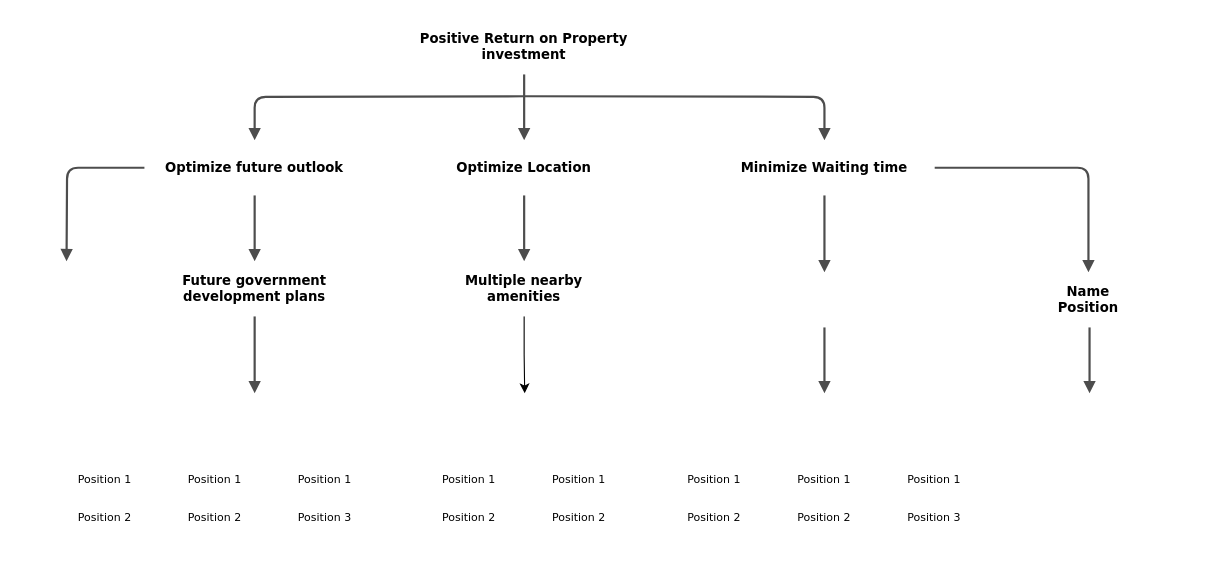
necroboi/RISK-AND-DECISION-HDB keeps this draw.io diagram as Untitled Diagram.drawio. Above is the earlier version. Source tidied: cells renumbered, new cells numbered last; positions are measured from the earlier drawing's top-left corner, leaving out a move shared by most shapes. Both pictures are drawn from the tidied source at 110%, with x=0, y=0 at pixel (28, 19).
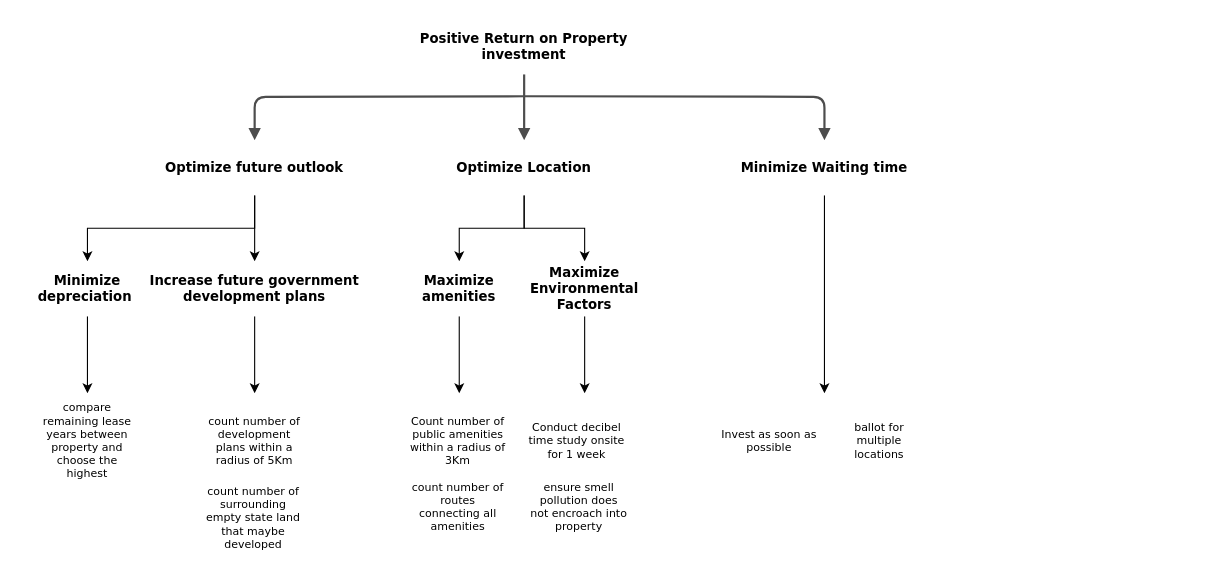
After the change.

The change refers to these unchanged cells:
```xml
<mxCell id="34" value="Optimize Location" style="whiteSpace=wrap;html=1;rounded=0;shadow=0;comic=0;strokeWidth=2;fontFamily=Verdana;align=center;fontSize=12;fontStyle=1;strokeColor=none;" parent="1" vertex="1">
  <mxGeometry x="351" y="110" width="200" height="50" as="geometry" />
</mxCell>
<mxCell id="36" value="Minimize Waiting time" style="whiteSpace=wrap;html=1;rounded=0;shadow=0;comic=0;strokeWidth=2;fontFamily=Verdana;align=center;fontSize=12;fontStyle=1;strokeColor=none;" parent="1" vertex="1">
  <mxGeometry x="624" y="110" width="200" height="50" as="geometry" />
</mxCell>
```

Diff of the diagram source:
```diff
@@
-    <mxCell id="2" style="whiteSpace=wrap;html=1;rounded=0;shadow=0;comic=0;strokeWidth=2;fontFamily=Verdana;align=center;fontSize=10;strokeColor=none;" parent="1" vertex="1">
-      <mxGeometry y="340" width="340" height="130" as="geometry" />
-    </mxCell>
     <mxCell id="3" style="whiteSpace=wrap;html=1;rounded=0;shadow=0;comic=0;strokeWidth=2;fontFamily=Verdana;align=center;fontSize=10;strokeColor=none;" parent="1" vertex="1">
-      <mxGeometry x="340" y="340" width="223" height="130" as="geometry" />
+      <mxGeometry x="330" y="340" width="124" height="130" as="geometry" />
     </mxCell>
-    <mxCell id="4" style="whiteSpace=wrap;html=1;rounded=0;shadow=0;comic=0;strokeWidth=2;fontFamily=Verdana;align=center;fontSize=10;strokeColor=none;" parent="1" vertex="1">
-      <mxGeometry x="574" y="340" width="300" height="130" as="geometry" />
-    </mxCell>
@@
+    <mxCell id="22" value="Count number of public amenities within a radius of 3Km" style="text;html=1;strokeColor=none;fillColor=none;align=center;verticalAlign=middle;whiteSpace=wrap;rounded=1;shadow=0;comic=0;fontFamily=Verdana;fontSize=10;" parent="1" vertex="1">
+      <mxGeometry x="346" y="370" width="90" height="25" as="geometry" />
+    </mxCell>
+    <mxCell id="24" value="count number of routes connecting all amenities" style="text;html=1;strokeColor=none;fillColor=none;align=center;verticalAlign=middle;whiteSpace=wrap;rounded=1;shadow=0;comic=0;fontFamily=Verdana;fontSize=10;" parent="1" vertex="1">
+      <mxGeometry x="346" y="430" width="90" height="25" as="geometry" />
+    </mxCell>
-    <mxCell id="8" style="edgeStyle=elbowEdgeStyle;rounded=1;html=1;labelBackgroundColor=none;endArrow=block;endFill=1;strokeColor=#4D4D4D;strokeWidth=2;fontFamily=Verdana;fontSize=12;fontStyle=1;" parent="1" edge="1" source="32" target="33">
+    <mxCell id="8" style="edgeStyle=orthogonalEdgeStyle;rounded=0;jettySize=auto;html=1;exitX=0.5;exitY=1;exitDx=0;exitDy=0;entryX=0.5;entryY=0;entryDx=0;entryDy=0;" parent="1" edge="1" source="32" target="33">
       <mxGeometry relative="1" as="geometry" />
     </mxCell>
-    <mxCell id="9" style="edgeStyle=orthogonalEdgeStyle;rounded=1;html=1;labelBackgroundColor=none;endArrow=block;endFill=1;strokeColor=#4D4D4D;strokeWidth=2;fontFamily=Verdana;fontSize=12;fontStyle=1;" parent="1" edge="1" source="32">
-      <mxGeometry relative="1" as="geometry">
-        <mxPoint x="35" y="220" as="targetPoint" />
-      </mxGeometry>
-    </mxCell>
-    <mxCell id="10" style="edgeStyle=orthogonalEdgeStyle;rounded=1;html=1;labelBackgroundColor=none;endArrow=block;endFill=1;strokeColor=#4D4D4D;strokeWidth=2;fontFamily=Verdana;fontSize=12;fontStyle=1;" parent="1" edge="1" source="36" target="38">
-      <mxGeometry relative="1" as="geometry" />
-    </mxCell>
-    <mxCell id="11" style="edgeStyle=orthogonalEdgeStyle;rounded=1;html=1;labelBackgroundColor=none;endArrow=block;endFill=1;strokeColor=#4D4D4D;strokeWidth=2;fontFamily=Verdana;fontSize=12;fontStyle=1;" parent="1" edge="1" source="36" target="37">
-      <mxGeometry relative="1" as="geometry" />
-    </mxCell>
-    <mxCell id="12" style="edgeStyle=elbowEdgeStyle;rounded=1;html=1;labelBackgroundColor=none;endArrow=block;endFill=1;strokeColor=#4D4D4D;strokeWidth=2;fontFamily=Verdana;fontSize=10;" parent="1" edge="1" source="38">
-      <mxGeometry relative="1" as="geometry">
-        <mxPoint x="964.9" y="340" as="targetPoint" />
-      </mxGeometry>
-    </mxCell>
-    <mxCell id="13" style="edgeStyle=orthogonalEdgeStyle;rounded=1;html=1;labelBackgroundColor=none;endArrow=block;endFill=1;strokeColor=#4D4D4D;strokeWidth=2;fontFamily=Verdana;fontSize=10;" parent="1" edge="1" source="37" target="4">
-      <mxGeometry relative="1" as="geometry" />
-    </mxCell>
+    <mxCell id="41" style="edgeStyle=orthogonalEdgeStyle;rounded=0;jettySize=auto;html=1;exitX=0.5;exitY=1;exitDx=0;exitDy=0;" parent="1" edge="1" source="32" target="53">
+      <mxGeometry relative="1" as="geometry" />
+    </mxCell>
+    <mxCell id="32" value="Optimize future outlook" style="whiteSpace=wrap;html=1;rounded=0;shadow=0;comic=0;strokeWidth=2;fontFamily=Verdana;align=center;fontSize=12;fontStyle=1;strokeColor=none;" parent="1" vertex="1">
+      <mxGeometry x="106" y="110" width="200" height="50" as="geometry" />
+    </mxCell>
+    <mxCell id="42" style="edgeStyle=orthogonalEdgeStyle;rounded=0;jettySize=auto;html=1;exitX=0.5;exitY=1;exitDx=0;exitDy=0;entryX=0.5;entryY=0;entryDx=0;entryDy=0;" parent="1" edge="1" source="33" target="56">
+      <mxGeometry relative="1" as="geometry" />
+    </mxCell>
+    <mxCell id="33" value="Increase future government development plans" style="whiteSpace=wrap;html=1;rounded=0;shadow=0;comic=0;strokeWidth=2;fontFamily=Verdana;align=center;fontSize=12;fontStyle=1;strokeColor=none;" parent="1" vertex="1">
+      <mxGeometry x="106" y="220" width="200" height="50" as="geometry" />
+    </mxCell>
+    <mxCell id="43" style="edgeStyle=orthogonalEdgeStyle;rounded=0;jettySize=auto;html=1;exitX=0.5;exitY=1;exitDx=0;exitDy=0;entryX=0.5;entryY=0;entryDx=0;entryDy=0;" parent="1" edge="1" source="34" target="46">
+      <mxGeometry relative="1" as="geometry" />
+    </mxCell>
-    <mxCell id="14" style="edgeStyle=elbowEdgeStyle;rounded=1;html=1;labelBackgroundColor=none;endArrow=block;endFill=1;strokeColor=#4D4D4D;strokeWidth=2;fontFamily=Verdana;fontSize=10;entryX=0.5;entryY=0;entryDx=0;entryDy=0;" parent="1" edge="1" source="34" target="40">
+    <mxCell id="14" style="edgeStyle=orthogonalEdgeStyle;rounded=0;jettySize=auto;html=1;exitX=0.5;exitY=1;exitDx=0;exitDy=0;entryX=0.5;entryY=0;entryDx=0;entryDy=0;" parent="1" edge="1" source="34" target="40">
       <mxGeometry relative="1" as="geometry" />
     </mxCell>
-    <mxCell id="15" style="edgeStyle=elbowEdgeStyle;rounded=1;html=1;labelBackgroundColor=none;endArrow=block;endFill=1;strokeColor=#4D4D4D;strokeWidth=2;fontFamily=Verdana;fontSize=10;" parent="1" edge="1" source="33" target="2">
-      <mxGeometry relative="1" as="geometry" />
-    </mxCell>
-    <mxCell id="16" value="Position 1" style="text;html=1;strokeColor=none;fillColor=none;align=center;verticalAlign=middle;whiteSpace=wrap;rounded=1;shadow=0;comic=0;fontFamily=Verdana;fontSize=10;" parent="1" vertex="1">
-      <mxGeometry x="25" y="405" width="90" height="25" as="geometry" />
-    </mxCell>
-    <mxCell id="17" value="Position 1" style="text;html=1;strokeColor=none;fillColor=none;align=center;verticalAlign=middle;whiteSpace=wrap;rounded=1;shadow=0;comic=0;fontFamily=Verdana;fontSize=10;" parent="1" vertex="1">
-      <mxGeometry x="125" y="405" width="90" height="25" as="geometry" />
-    </mxCell>
-    <mxCell id="18" value="Position 1" style="text;html=1;strokeColor=none;fillColor=none;align=center;verticalAlign=middle;whiteSpace=wrap;rounded=1;shadow=0;comic=0;fontFamily=Verdana;fontSize=10;" parent="1" vertex="1">
-      <mxGeometry x="225" y="405" width="90" height="25" as="geometry" />
-    </mxCell>
-    <mxCell id="19" value="Position 2" style="text;html=1;strokeColor=none;fillColor=none;align=center;verticalAlign=middle;whiteSpace=wrap;rounded=1;shadow=0;comic=0;fontFamily=Verdana;fontSize=10;" parent="1" vertex="1">
-      <mxGeometry x="25" y="440" width="90" height="25" as="geometry" />
-    </mxCell>
-    <mxCell id="20" value="Position 2" style="text;html=1;strokeColor=none;fillColor=none;align=center;verticalAlign=middle;whiteSpace=wrap;rounded=1;shadow=0;comic=0;fontFamily=Verdana;fontSize=10;" parent="1" vertex="1">
-      <mxGeometry x="125" y="440" width="90" height="25" as="geometry" />
-    </mxCell>
-    <mxCell id="21" value="Position 3" style="text;html=1;strokeColor=none;fillColor=none;align=center;verticalAlign=middle;whiteSpace=wrap;rounded=1;shadow=0;comic=0;fontFamily=Verdana;fontSize=10;" parent="1" vertex="1">
-      <mxGeometry x="225" y="440" width="90" height="25" as="geometry" />
-    </mxCell>
-    <mxCell id="22" value="Position 1" style="text;html=1;strokeColor=none;fillColor=none;align=center;verticalAlign=middle;whiteSpace=wrap;rounded=1;shadow=0;comic=0;fontFamily=Verdana;fontSize=10;" parent="1" vertex="1">
-      <mxGeometry x="356" y="405" width="90" height="25" as="geometry" />
-    </mxCell>
-    <mxCell id="23" value="Position 1" style="text;html=1;strokeColor=none;fillColor=none;align=center;verticalAlign=middle;whiteSpace=wrap;rounded=1;shadow=0;comic=0;fontFamily=Verdana;fontSize=10;" parent="1" vertex="1">
-      <mxGeometry x="456" y="405" width="90" height="25" as="geometry" />
-    </mxCell>
-    <mxCell id="24" value="Position 2" style="text;html=1;strokeColor=none;fillColor=none;align=center;verticalAlign=middle;whiteSpace=wrap;rounded=1;shadow=0;comic=0;fontFamily=Verdana;fontSize=10;" parent="1" vertex="1">
-      <mxGeometry x="356" y="440" width="90" height="25" as="geometry" />
-    </mxCell>
-    <mxCell id="25" value="Position 2" style="text;html=1;strokeColor=none;fillColor=none;align=center;verticalAlign=middle;whiteSpace=wrap;rounded=1;shadow=0;comic=0;fontFamily=Verdana;fontSize=10;" parent="1" vertex="1">
-      <mxGeometry x="456" y="440" width="90" height="25" as="geometry" />
-    </mxCell>
-    <mxCell id="26" value="Position 1" style="text;html=1;strokeColor=none;fillColor=none;align=center;verticalAlign=middle;whiteSpace=wrap;rounded=1;shadow=0;comic=0;fontFamily=Verdana;fontSize=10;" parent="1" vertex="1">
-      <mxGeometry x="579" y="405" width="90" height="25" as="geometry" />
-    </mxCell>
-    <mxCell id="27" value="Position 1" style="text;html=1;strokeColor=none;fillColor=none;align=center;verticalAlign=middle;whiteSpace=wrap;rounded=1;shadow=0;comic=0;fontFamily=Verdana;fontSize=10;" parent="1" vertex="1">
-      <mxGeometry x="679" y="405" width="90" height="25" as="geometry" />
-    </mxCell>
-    <mxCell id="28" value="Position 1" style="text;html=1;strokeColor=none;fillColor=none;align=center;verticalAlign=middle;whiteSpace=wrap;rounded=1;shadow=0;comic=0;fontFamily=Verdana;fontSize=10;" parent="1" vertex="1">
-      <mxGeometry x="779" y="405" width="90" height="25" as="geometry" />
-    </mxCell>
-    <mxCell id="29" value="Position 2" style="text;html=1;strokeColor=none;fillColor=none;align=center;verticalAlign=middle;whiteSpace=wrap;rounded=1;shadow=0;comic=0;fontFamily=Verdana;fontSize=10;" parent="1" vertex="1">
-      <mxGeometry x="579" y="440" width="90" height="25" as="geometry" />
-    </mxCell>
-    <mxCell id="30" value="Position 2" style="text;html=1;strokeColor=none;fillColor=none;align=center;verticalAlign=middle;whiteSpace=wrap;rounded=1;shadow=0;comic=0;fontFamily=Verdana;fontSize=10;" parent="1" vertex="1">
-      <mxGeometry x="679" y="440" width="90" height="25" as="geometry" />
-    </mxCell>
-    <mxCell id="31" value="Position 3" style="text;html=1;strokeColor=none;fillColor=none;align=center;verticalAlign=middle;whiteSpace=wrap;rounded=1;shadow=0;comic=0;fontFamily=Verdana;fontSize=10;" parent="1" vertex="1">
-      <mxGeometry x="779" y="440" width="90" height="25" as="geometry" />
-    </mxCell>
-    <mxCell id="32" value="Optimize future outlook" style="whiteSpace=wrap;html=1;rounded=0;shadow=0;comic=0;strokeWidth=2;fontFamily=Verdana;align=center;fontSize=12;fontStyle=1;strokeColor=none;" parent="1" vertex="1">
-      <mxGeometry x="106" y="110" width="200" height="50" as="geometry" />
-    </mxCell>
-    <mxCell id="33" value="Future government development plans" style="whiteSpace=wrap;html=1;rounded=0;shadow=0;comic=0;strokeWidth=2;fontFamily=Verdana;align=center;fontSize=12;fontStyle=1;strokeColor=none;" parent="1" vertex="1">
-      <mxGeometry x="106" y="220" width="200" height="50" as="geometry" />
-    </mxCell>
@@
+    <mxCell id="44" style="edgeStyle=orthogonalEdgeStyle;rounded=0;jettySize=auto;html=1;exitX=0.5;exitY=1;exitDx=0;exitDy=0;" parent="1" edge="1" source="36" target="47">
+      <mxGeometry relative="1" as="geometry" />
+    </mxCell>
@@
-    <mxCell id="37" style="whiteSpace=wrap;html=1;rounded=0;shadow=0;comic=0;strokeWidth=2;fontFamily=Verdana;align=center;fontSize=12;fontStyle=1;strokeColor=none;" parent="1" vertex="1">
-      <mxGeometry x="624" y="230" width="200" height="50" as="geometry" />
-    </mxCell>
-    <mxCell id="38" value="Name&lt;div&gt;&lt;span&gt;Position&lt;/span&gt;&lt;/div&gt;" style="whiteSpace=wrap;html=1;rounded=0;shadow=0;comic=0;strokeWidth=2;fontFamily=Verdana;align=center;fontSize=12;fontStyle=1;strokeColor=none;" parent="1" vertex="1">
-      <mxGeometry x="864" y="230" width="200" height="50" as="geometry" />
-    </mxCell>
@@
-    <mxCell id="40" value="Multiple nearby amenities" style="whiteSpace=wrap;html=1;rounded=0;shadow=0;comic=0;strokeWidth=2;fontFamily=Verdana;align=center;fontSize=12;fontStyle=1;strokeColor=none;" parent="1" vertex="1">
-      <mxGeometry x="371" y="220" width="160" height="50" as="geometry" />
+    <mxCell id="40" value="Maximize amenities" style="whiteSpace=wrap;html=1;rounded=0;shadow=0;comic=0;strokeWidth=2;fontFamily=Verdana;align=center;fontSize=12;fontStyle=1;strokeColor=none;" parent="1" vertex="1">
+      <mxGeometry x="340" y="220" width="104" height="50" as="geometry" />
     </mxCell>
+    <mxCell id="45" style="edgeStyle=orthogonalEdgeStyle;rounded=0;jettySize=auto;html=1;exitX=0.5;exitY=1;exitDx=0;exitDy=0;" parent="1" edge="1" source="46" target="50">
+      <mxGeometry relative="1" as="geometry" />
+    </mxCell>
+    <mxCell id="46" value="Maximize Environmental Factors" style="whiteSpace=wrap;html=1;rounded=0;shadow=0;comic=0;strokeWidth=2;fontFamily=Verdana;align=center;fontSize=12;fontStyle=1;strokeColor=none;" parent="1" vertex="1">
+      <mxGeometry x="466" y="220" width="80" height="50" as="geometry" />
+    </mxCell>
+    <mxCell id="47" style="whiteSpace=wrap;html=1;rounded=0;shadow=0;comic=0;strokeWidth=2;fontFamily=Verdana;align=center;fontSize=10;strokeColor=none;" parent="1" vertex="1">
+      <mxGeometry x="612.5" y="340" width="223" height="80" as="geometry" />
+    </mxCell>
+    <mxCell id="48" value="Invest as soon as possible" style="text;html=1;strokeColor=none;fillColor=none;align=center;verticalAlign=middle;whiteSpace=wrap;rounded=1;shadow=0;comic=0;fontFamily=Verdana;fontSize=10;" parent="1" vertex="1">
+      <mxGeometry x="628.5" y="370" width="90" height="25" as="geometry" />
+    </mxCell>
+    <mxCell id="49" value="ballot for multiple locations" style="text;html=1;strokeColor=none;fillColor=none;align=center;verticalAlign=middle;whiteSpace=wrap;rounded=1;shadow=0;comic=0;fontFamily=Verdana;fontSize=10;" parent="1" vertex="1">
+      <mxGeometry x="728.5" y="370" width="90" height="25" as="geometry" />
+    </mxCell>
+    <mxCell id="50" style="whiteSpace=wrap;html=1;rounded=0;shadow=0;comic=0;strokeWidth=2;fontFamily=Verdana;align=center;fontSize=10;strokeColor=none;" parent="1" vertex="1">
+      <mxGeometry x="444" y="340" width="124" height="130" as="geometry" />
+    </mxCell>
+    <mxCell id="51" value="Conduct decibel time study onsite for 1 week" style="text;html=1;strokeColor=none;fillColor=none;align=center;verticalAlign=middle;whiteSpace=wrap;rounded=1;shadow=0;comic=0;fontFamily=Verdana;fontSize=10;" parent="1" vertex="1">
+      <mxGeometry x="454" y="370" width="90" height="25" as="geometry" />
+    </mxCell>
+    <mxCell id="52" style="edgeStyle=orthogonalEdgeStyle;rounded=0;jettySize=auto;html=1;exitX=0.5;exitY=1;exitDx=0;exitDy=0;entryX=0.5;entryY=0;entryDx=0;entryDy=0;" parent="1" edge="1" source="53" target="54">
+      <mxGeometry relative="1" as="geometry" />
+    </mxCell>
+    <mxCell id="53" value="Minimize depreciation&amp;nbsp;" style="whiteSpace=wrap;html=1;rounded=0;shadow=0;comic=0;strokeWidth=2;fontFamily=Verdana;align=center;fontSize=12;fontStyle=1;strokeColor=none;" parent="1" vertex="1">
+      <mxGeometry x="2" y="220" width="104" height="50" as="geometry" />
+    </mxCell>
+    <mxCell id="54" style="whiteSpace=wrap;html=1;rounded=0;shadow=0;comic=0;strokeWidth=2;fontFamily=Verdana;align=center;fontSize=10;strokeColor=none;" parent="1" vertex="1">
+      <mxGeometry x="-8" y="340" width="124" height="80" as="geometry" />
+    </mxCell>
+    <mxCell id="55" value="compare remaining lease years between property and choose the highest" style="text;html=1;strokeColor=none;fillColor=none;align=center;verticalAlign=middle;whiteSpace=wrap;rounded=1;shadow=0;comic=0;fontFamily=Verdana;fontSize=10;" parent="1" vertex="1">
+      <mxGeometry x="9" y="370" width="90" height="25" as="geometry" />
+    </mxCell>
+    <mxCell id="56" style="whiteSpace=wrap;html=1;rounded=0;shadow=0;comic=0;strokeWidth=2;fontFamily=Verdana;align=center;fontSize=10;strokeColor=none;" parent="1" vertex="1">
+      <mxGeometry x="144" y="340" width="124" height="130" as="geometry" />
+    </mxCell>
+    <mxCell id="57" value="count number of development plans within a radius of 5Km" style="text;html=1;strokeColor=none;fillColor=none;align=center;verticalAlign=middle;whiteSpace=wrap;rounded=1;shadow=0;comic=0;fontFamily=Verdana;fontSize=10;" parent="1" vertex="1">
+      <mxGeometry x="161" y="370" width="90" height="25" as="geometry" />
+    </mxCell>
+    <mxCell id="58" value="count number of surrounding empty state land that maybe developed" style="text;html=1;strokeColor=none;fillColor=none;align=center;verticalAlign=middle;whiteSpace=wrap;rounded=1;shadow=0;comic=0;fontFamily=Verdana;fontSize=10;" parent="1" vertex="1">
+      <mxGeometry x="160" y="440" width="90" height="25" as="geometry" />
+    </mxCell>
+    <mxCell id="59" value="ensure smell pollution does not encroach into property" style="text;html=1;strokeColor=none;fillColor=none;align=center;verticalAlign=middle;whiteSpace=wrap;rounded=1;shadow=0;comic=0;fontFamily=Verdana;fontSize=10;" parent="1" vertex="1">
+      <mxGeometry x="456" y="430" width="90" height="25" as="geometry" />
+    </mxCell>
```
